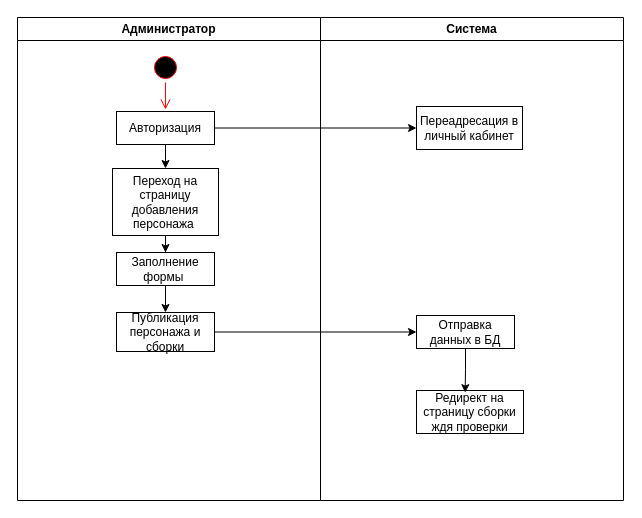
Before: Деятельности.drawio in Tunez666/hsr, a draw.io diagram. Source tidied: cells renumbered, new cells numbered last; positions are measured from the earlier drawing's top-left corner, leaving out a move shared by most shapes. Both pictures are drawn from the tidied source at 100%, with x=0, y=0 at pixel (17, 17).
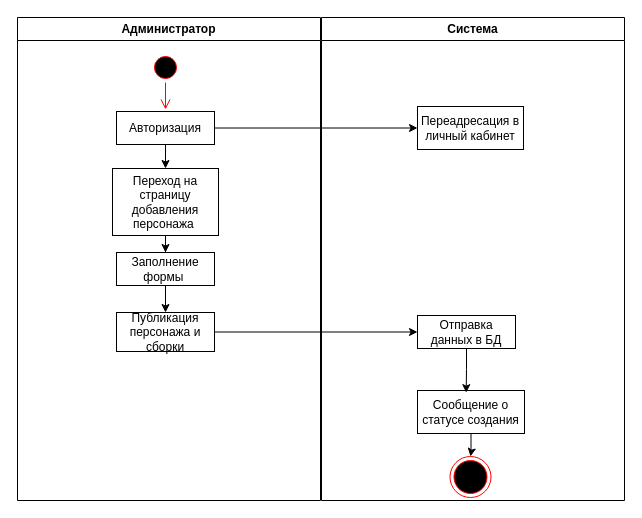
The same diagram, later.

Diff of the diagram source:
```diff
@@
     <mxCell id="12" value="Система" style="swimlane;whiteSpace=wrap;html=1;" parent="1" vertex="1">
-      <mxGeometry x="303" width="303" height="483" as="geometry" />
+      <mxGeometry x="304" width="303" height="483" as="geometry" />
     </mxCell>
@@
+    <mxCell id="19" style="edgeStyle=orthogonalEdgeStyle;rounded=0;jettySize=auto;html=1;entryX=0.5;entryY=0;entryDx=0;entryDy=0;" parent="12" edge="1" source="15" target="20">
+      <mxGeometry relative="1" as="geometry" />
+    </mxCell>
-    <mxCell id="15" value="Редирект на страницу сборки ждя проверки" style="rounded=0;whiteSpace=wrap;html=1;" parent="12" vertex="1">
+    <mxCell id="15" value="Сообщение о статусе создания" style="rounded=0;whiteSpace=wrap;html=1;" parent="12" vertex="1">
       <mxGeometry x="96" y="373" width="107" height="43" as="geometry" />
     </mxCell>
@@
+    <mxCell id="20" style="ellipse;html=1;shape=endState;fillColor=#000000;strokeColor=#ff0000;" parent="12" vertex="1">
+      <mxGeometry x="128.5" y="439" width="41" height="41" as="geometry" />
+    </mxCell>
```
